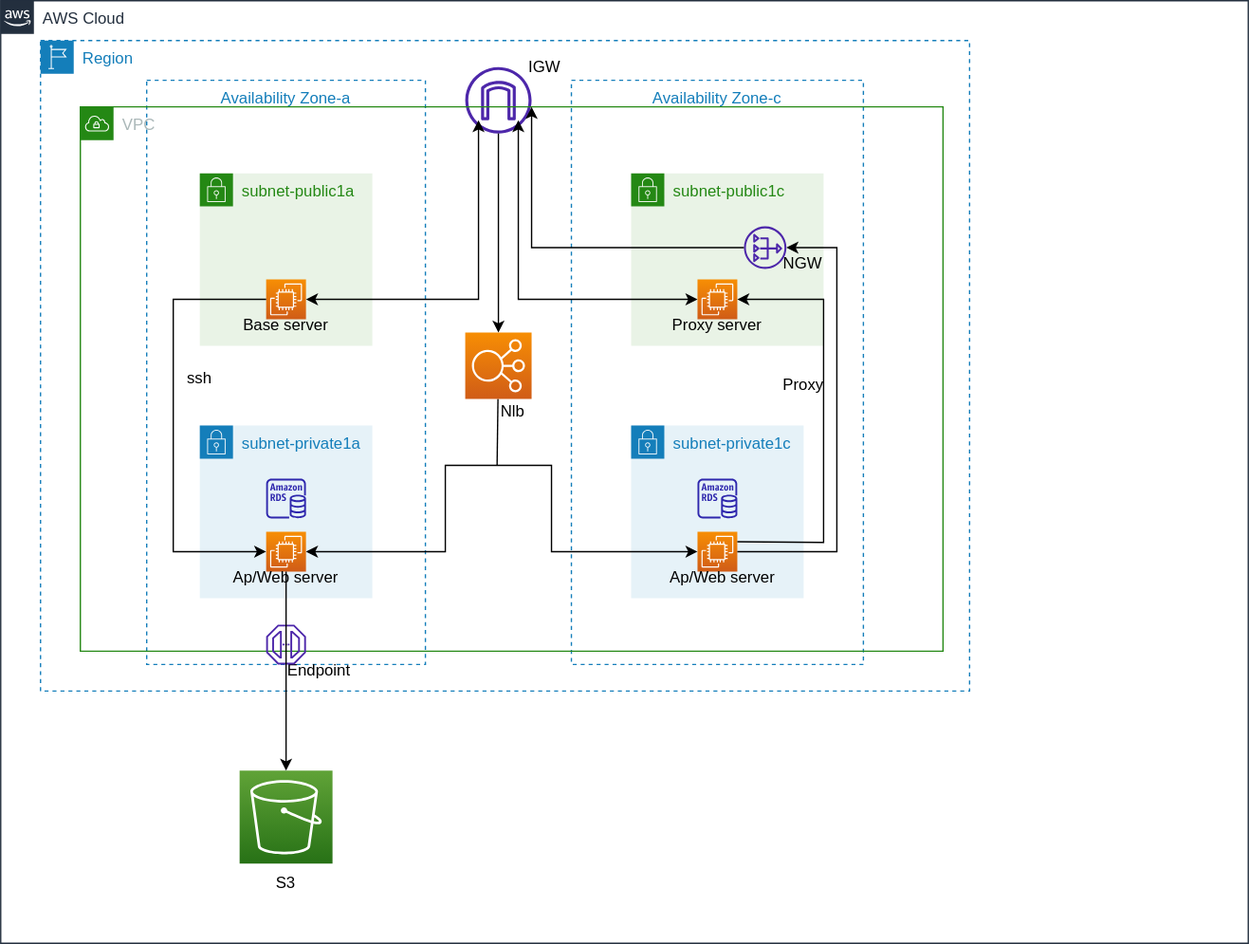
This is aws_kouseizu.drawio.svg from huanghuoming/-, a draw.io export, as it was before one commit. Source tidied: cells renumbered, new cells last; positions are measured from the earlier drawing's top-left corner, leaving out a move shared by most shapes.
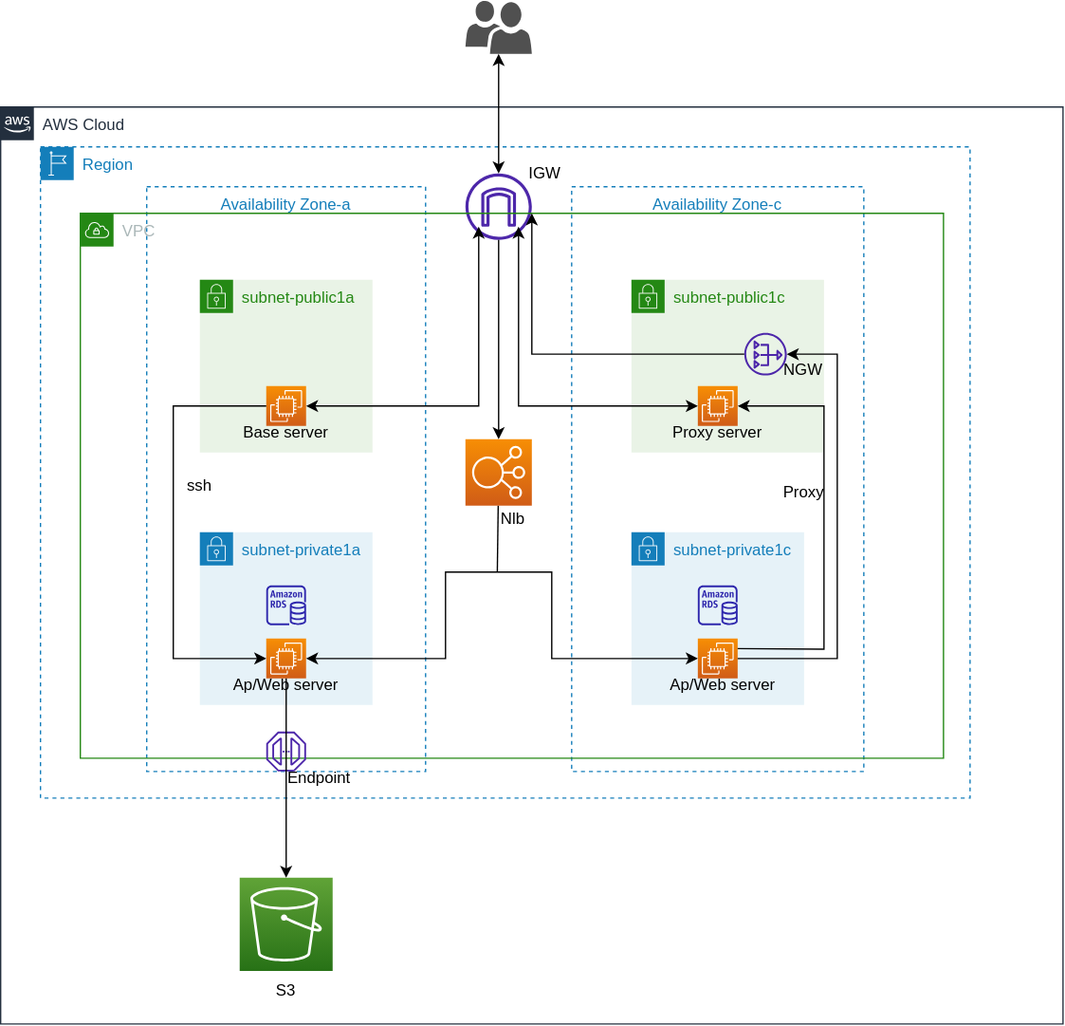
The same diagram one commit later.

Commit message:
aws_kouseizu.drawio.svg を更新します

Change to the diagram source:
```diff
@@ -3,7 +3,7 @@
     <mxCell id="0" />
     <mxCell id="1" parent="0" />
     <mxCell id="2" value="AWS Cloud" style="gradientColor=none;html=1;whiteSpace=wrap;fontSize=12;fontStyle=0;shape=mxgraph.aws4.group;grIcon=mxgraph.aws4.group_aws_cloud_alt;strokeColor=#232F3E;fillColor=none;verticalAlign=top;align=left;spacingLeft=30;fontColor=#232F3E;dashed=0;" parent="1" vertex="1">
-      <mxGeometry width="940" height="710" as="geometry" />
+      <mxGeometry width="800" height="690" as="geometry" />
     </mxCell>
     <mxCell id="3" value="Region" style="gradientColor=none;html=1;whiteSpace=wrap;fontSize=12;fontStyle=0;shape=mxgraph.aws4.group;grIcon=mxgraph.aws4.group_region;strokeColor=#147EBA;fillColor=none;verticalAlign=top;align=left;spacingLeft=30;fontColor=#147EBA;dashed=1;" parent="2" vertex="1">
       <mxGeometry x="30" y="30" width="700" height="490" as="geometry" />
@@ -169,5 +169,11 @@
         </Array>
       </mxGeometry>
     </mxCell>
+    <mxCell id="44" style="sketch=0;shadow=0;dashed=0;html=1;strokeColor=none;labelPosition=center;verticalLabelPosition=bottom;verticalAlign=top;align=center;fillColor=#505050;shape=mxgraph.mscae.intune.user_group;" parent="1" vertex="1">
+      <mxGeometry x="350" y="-80" width="50" height="40" as="geometry" />
+    </mxCell>
+    <mxCell id="45" style="edgeStyle=none;jettySize=auto;html=1;rounded=0;startArrow=classic;startFill=1;endArrow=classic;endFill=1;entryX=0.5;entryY=1;entryDx=0;entryDy=0;entryPerimeter=0;" parent="1" edge="1" source="6" target="44">
+      <mxGeometry relative="1" as="geometry" />
+    </mxCell>
   </root>
 </mxGraphModel>
```
